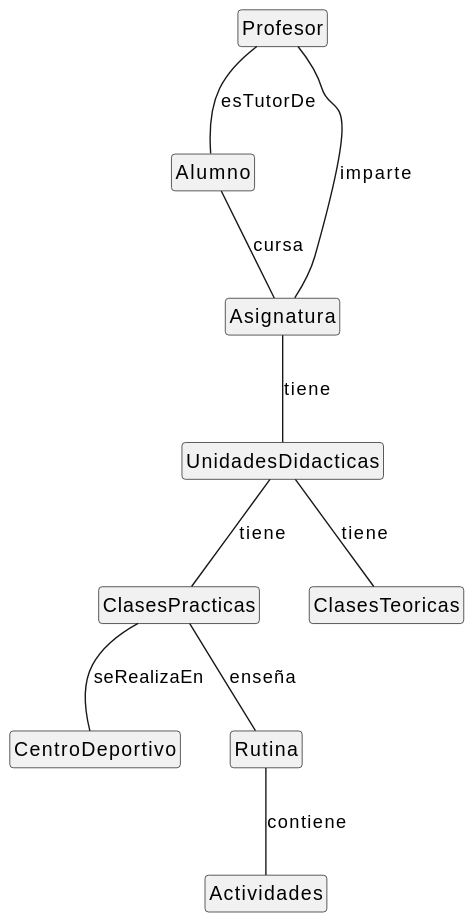
Before: Documentos/Imagenes/diagramaclases.svg, a diagram exported from PlantUML (mmasias/24-25-IdSw1-SDR).
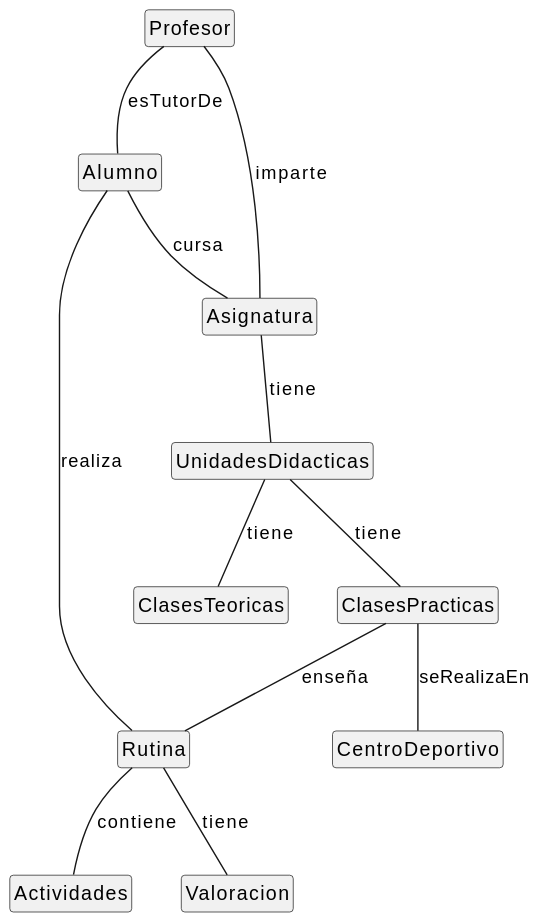
Above is the later version.

The edit, as a diff of the source:
```diff
@@ -11,6 +11,7 @@
 class CentroDeportivo{}
 class Rutina{}
 class Actividades{}
+class Valoracion{}
 
 Profesor -- Alumno : esTutorDe
 Profesor -- Asignatura : imparte
@@ -21,4 +22,6 @@
 ClasesPracticas -- CentroDeportivo : seRealizaEn
 ClasesPracticas -- Rutina : enseña
 Rutina -- Actividades : contiene
+Rutina -- Valoracion: tiene
+Alumno -- Rutina: realiza
 @enduml
```
